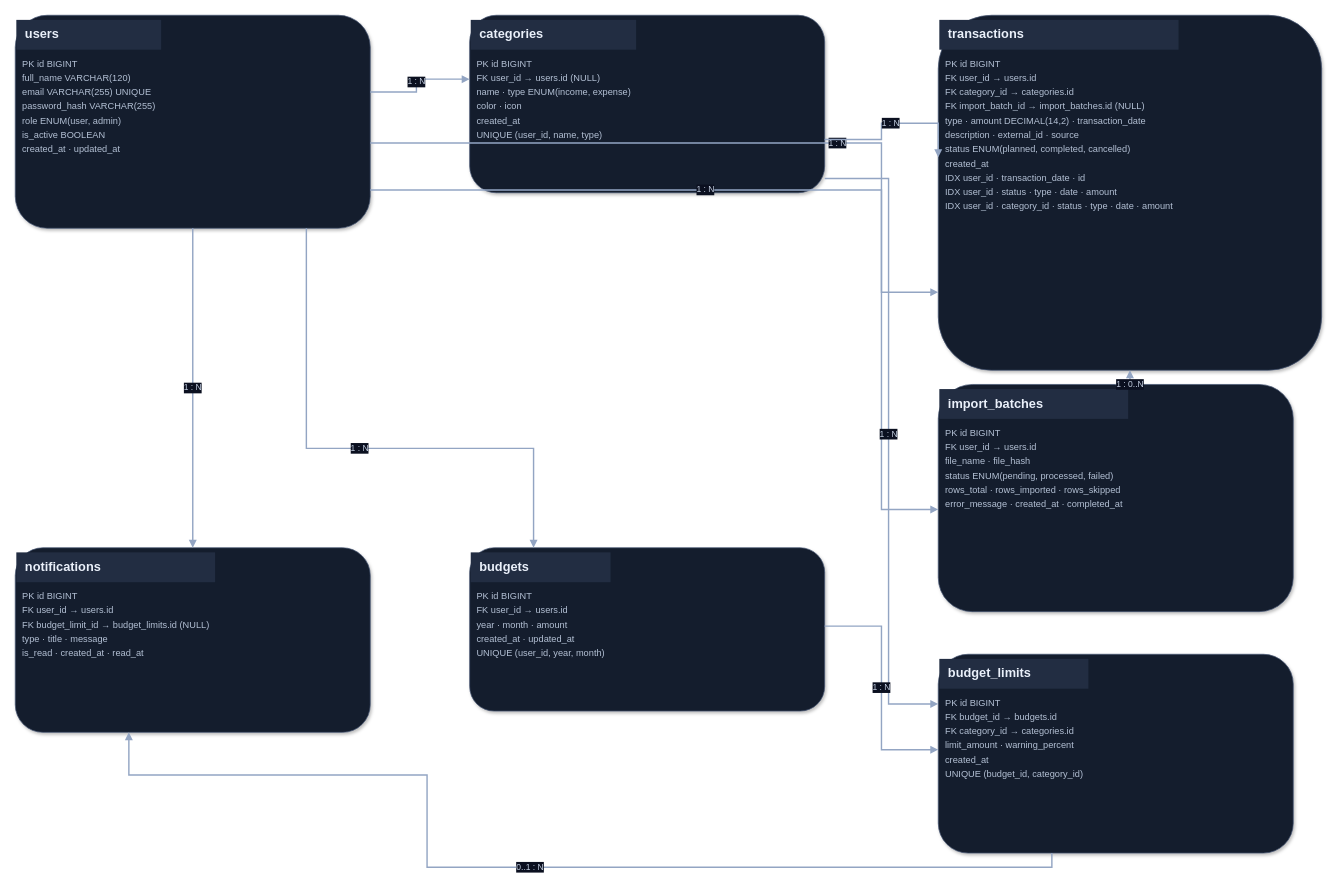
Above: Документы/ER_диаграмма_финансы.drawio in Egor-Sabanov/Finance-2 (draw.io), before the change. Source tidied: cells renumbered, new cells numbered last; positions are measured from the earlier drawing's top-left corner, leaving out a move shared by most shapes. Both pictures are drawn from the tidied source at 71%, with x=0, y=0 at pixel (15, 15).
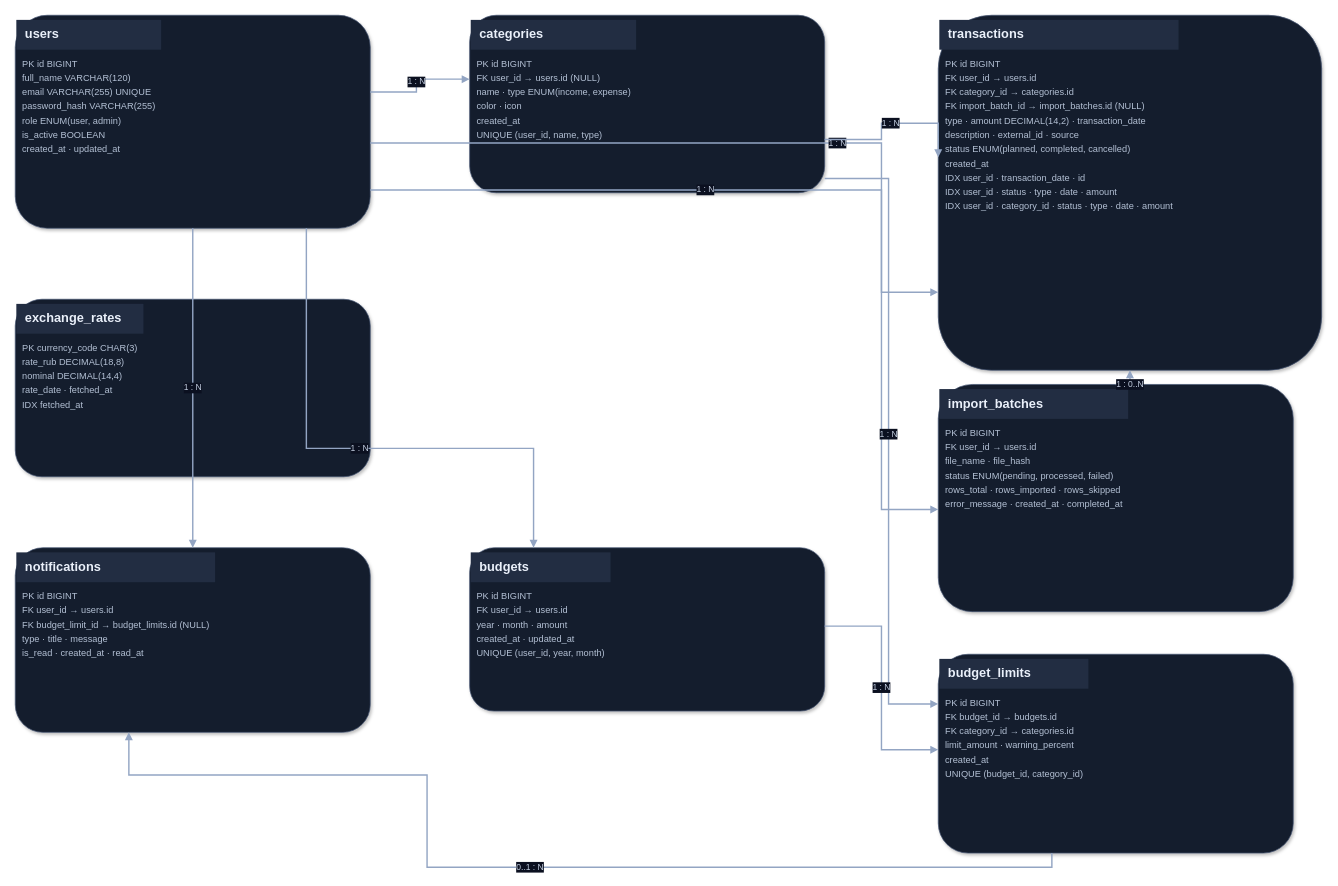
The same page after the edit.

What changed in the source:
```diff
@@
+    <mxCell id="19" value="&lt;div style=&quot;font-family:Arial;color:#eaf0fa&quot;&gt;&lt;div style=&quot;font-size:18px;font-weight:bold;background:#222d42;padding:10px 12px;margin:-8px -8px 10px -8px&quot;&gt;exchange_rates&lt;/div&gt;&lt;div style=&quot;font-size:13px;line-height:1.55;color:#b4c1d5&quot;&gt;PK  currency_code CHAR(3)&lt;br&gt;rate_rub DECIMAL(18,8)&lt;br&gt;nominal DECIMAL(14,4)&lt;br&gt;rate_date · fetched_at&lt;br&gt;IDX fetched_at&lt;/div&gt;&lt;/div&gt;" style="rounded=1;whiteSpace=wrap;html=1;align=left;verticalAlign=top;spacing=10;fillColor=#141d2d;strokeColor=#465673;fontColor=#eaf0fa;fontSize=14;shadow=1;" parent="1" vertex="1">
+      <mxGeometry y="400" width="500" height="250" as="geometry" />
+    </mxCell>
```
